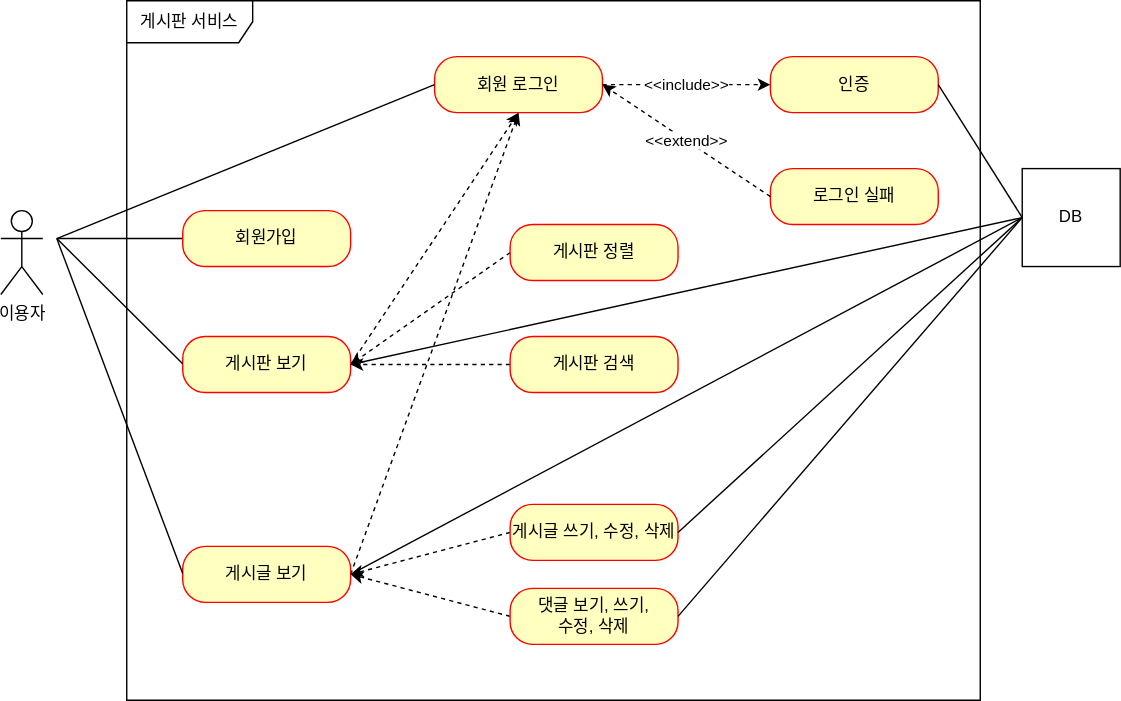
Above: documents/use-case.svg in emsthf/board (draw.io), before the change. Source tidied: cells renumbered, new cells last; positions are measured from the earlier drawing's top-left corner, leaving out a move shared by most shapes.
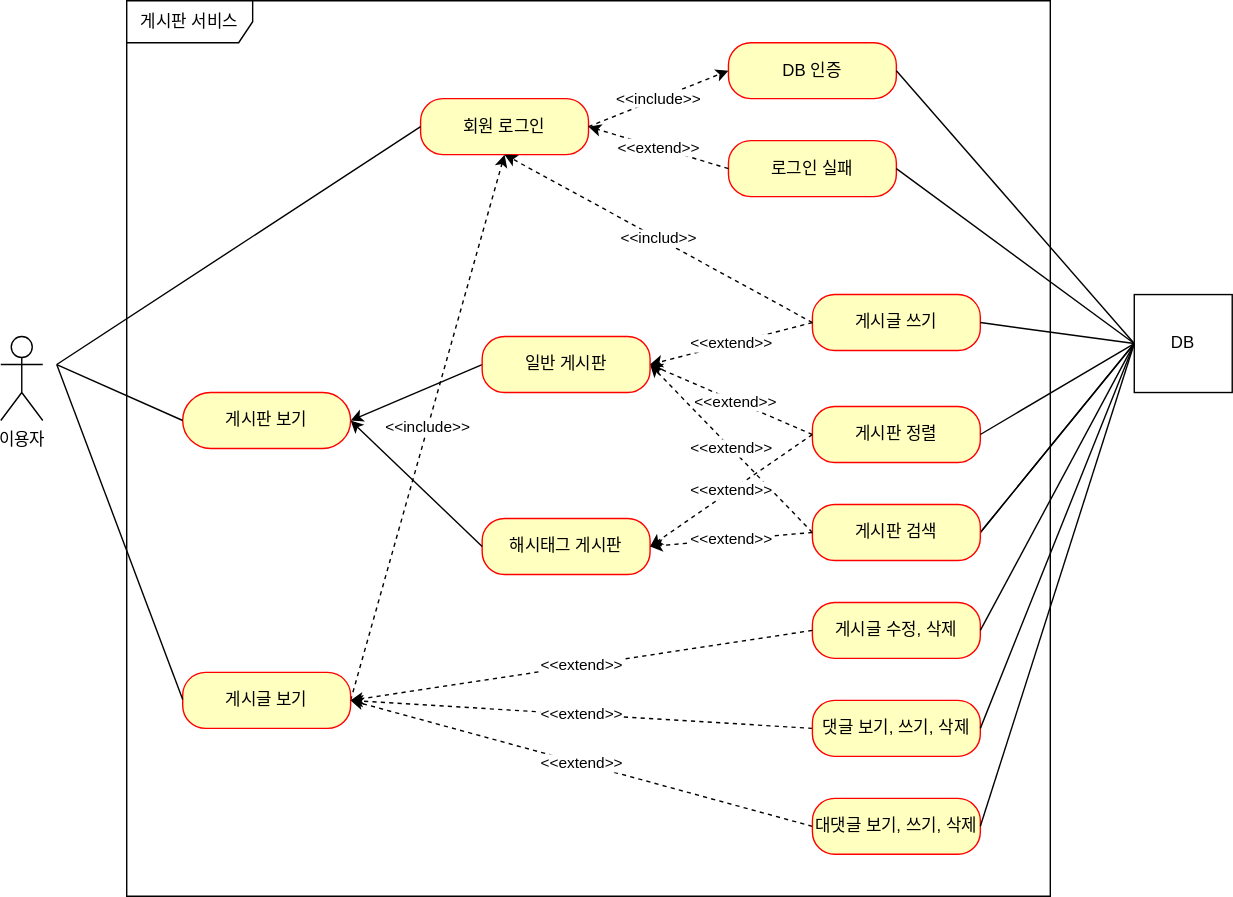
After the commit.

Commit message:
#49 - v1.0에 맞게 usecase 업데이트

Change to the diagram source:
```diff
@@ -6,69 +6,51 @@
       <mxGeometry y="150" width="30" height="60" as="geometry" />
     </mxCell>
     <mxCell id="3" value="게시판 서비스" style="shape=umlFrame;whiteSpace=wrap;html=1;width=90;height=30;" parent="1" vertex="1">
-      <mxGeometry x="90" width="610" height="500" as="geometry" />
+      <mxGeometry x="90" y="-90" width="660" height="640" as="geometry" />
     </mxCell>
-    <mxCell id="4" style="rounded=0;jettySize=auto;html=1;exitX=0;exitY=0.5;exitDx=0;exitDy=0;endArrow=none;endFill=0;" parent="1" edge="1" source="5">
-      <mxGeometry relative="1" as="geometry">
-        <mxPoint x="40" y="170" as="targetPoint" />
-      </mxGeometry>
-    </mxCell>
-    <mxCell id="5" value="회원가입" style="rounded=1;whiteSpace=wrap;html=1;arcSize=40;fontColor=#000000;fillColor=#ffffc0;strokeColor=#ff0000;" parent="1" vertex="1">
-      <mxGeometry x="130" y="150" width="120" height="40" as="geometry" />
-    </mxCell>
-    <mxCell id="6" style="rounded=0;jettySize=auto;html=1;exitX=1;exitY=0.5;exitDx=0;exitDy=0;dashed=1;entryX=0.5;entryY=1;entryDx=0;entryDy=0;" parent="1" edge="1" source="7" target="10">
-      <mxGeometry relative="1" as="geometry" />
-    </mxCell>
-    <mxCell id="7" value="게시판 보기" style="rounded=1;whiteSpace=wrap;html=1;arcSize=40;fontColor=#000000;fillColor=#ffffc0;strokeColor=#ff0000;" parent="1" vertex="1">
-      <mxGeometry x="130" y="240" width="120" height="40" as="geometry" />
+    <mxCell id="7" value="게시판 보기" style="rounded=1;whiteSpace=wrap;html=1;arcSize=50;fontColor=#000000;fillColor=#ffffc0;strokeColor=#ff0000;" parent="1" vertex="1">
+      <mxGeometry x="130" y="190" width="120" height="40" as="geometry" />
     </mxCell>
-    <mxCell id="8" style="rounded=0;jettySize=auto;html=1;exitX=1;exitY=0.5;exitDx=0;exitDy=0;entryX=0.5;entryY=1;entryDx=0;entryDy=0;dashed=1;" parent="1" edge="1" source="9" target="10">
+    <mxCell id="8" value="&amp;lt;&amp;lt;include&amp;gt;&amp;gt;" style="rounded=0;jettySize=auto;html=1;exitX=1;exitY=0.5;exitDx=0;exitDy=0;entryX=0.5;entryY=1;entryDx=0;entryDy=0;dashed=1;" parent="1" edge="1" source="9" target="10">
       <mxGeometry relative="1" as="geometry" />
     </mxCell>
     <mxCell id="9" value="게시글 보기" style="rounded=1;whiteSpace=wrap;html=1;arcSize=41;fontColor=#000000;fillColor=#ffffc0;strokeColor=#ff0000;" parent="1" vertex="1">
       <mxGeometry x="130" y="390" width="120" height="40" as="geometry" />
     </mxCell>
     <mxCell id="10" value="회원 로그인" style="rounded=1;whiteSpace=wrap;html=1;arcSize=40;fontColor=#000000;fillColor=#ffffc0;strokeColor=#ff0000;" parent="1" vertex="1">
-      <mxGeometry x="310" y="40" width="120" height="40" as="geometry" />
+      <mxGeometry x="300" y="-20" width="120" height="40" as="geometry" />
     </mxCell>
-    <mxCell id="11" value="인증" style="rounded=1;whiteSpace=wrap;html=1;arcSize=40;fontColor=#000000;fillColor=#ffffc0;strokeColor=#ff0000;" parent="1" vertex="1">
-      <mxGeometry x="550" y="40" width="120" height="40" as="geometry" />
+    <mxCell id="11" value="DB 인증" style="rounded=1;whiteSpace=wrap;html=1;arcSize=40;fontColor=#000000;fillColor=#ffffc0;strokeColor=#ff0000;" parent="1" vertex="1">
+      <mxGeometry x="520" y="-60" width="120" height="40" as="geometry" />
     </mxCell>
     <mxCell id="12" value="로그인 실패" style="rounded=1;whiteSpace=wrap;html=1;arcSize=40;fontColor=#000000;fillColor=#ffffc0;strokeColor=#ff0000;" parent="1" vertex="1">
-      <mxGeometry x="550" y="120" width="120" height="40" as="geometry" />
+      <mxGeometry x="520" y="10" width="120" height="40" as="geometry" />
     </mxCell>
-    <mxCell id="13" style="rounded=0;jettySize=auto;html=1;exitX=0;exitY=0.5;exitDx=0;exitDy=0;entryX=1;entryY=0.5;entryDx=0;entryDy=0;dashed=1;" parent="1" edge="1" source="14" target="7">
+    <mxCell id="13" style="rounded=0;jettySize=auto;html=1;exitX=0;exitY=0.5;exitDx=0;exitDy=0;entryX=1;entryY=0.5;entryDx=0;entryDy=0;dashed=1;" parent="1" edge="1" source="14" target="34">
       <mxGeometry relative="1" as="geometry" />
     </mxCell>
+    <mxCell id="32" value="&amp;lt;&amp;lt;extend&amp;gt;&amp;gt;" style="edgeLabel;html=1;align=center;verticalAlign=middle;" parent="13" vertex="1">
+      <mxGeometry x="-0.06" relative="1" as="geometry" />
+    </mxCell>
     <mxCell id="14" value="게시판 정렬" style="rounded=1;whiteSpace=wrap;html=1;arcSize=40;fontColor=#000000;fillColor=#ffffc0;strokeColor=#ff0000;" parent="1" vertex="1">
-      <mxGeometry x="364" y="160" width="120" height="40" as="geometry" />
+      <mxGeometry x="580" y="200" width="120" height="40" as="geometry" />
     </mxCell>
-    <mxCell id="15" style="rounded=0;jettySize=auto;html=1;exitX=0;exitY=0.5;exitDx=0;exitDy=0;dashed=1;entryX=1;entryY=0.5;entryDx=0;entryDy=0;" parent="1" edge="1" source="16" target="7">
+    <mxCell id="15" style="rounded=0;jettySize=auto;html=1;exitX=0;exitY=0.5;exitDx=0;exitDy=0;entryX=1;entryY=0.5;entryDx=0;entryDy=0;" parent="1" edge="1" source="34" target="7">
       <mxGeometry relative="1" as="geometry" />
     </mxCell>
-    <mxCell id="16" value="게시판 검색" style="rounded=1;whiteSpace=wrap;html=1;arcSize=40;fontColor=#000000;fillColor=#ffffc0;strokeColor=#ff0000;" parent="1" vertex="1">
-      <mxGeometry x="364" y="240" width="120" height="40" as="geometry" />
-    </mxCell>
-    <mxCell id="17" style="rounded=0;jettySize=auto;html=1;exitX=0;exitY=0.5;exitDx=0;exitDy=0;dashed=1;entryX=1;entryY=0.5;entryDx=0;entryDy=0;" parent="1" edge="1" source="18" target="9">
+    <mxCell id="17" value="&amp;lt;&amp;lt;extend&amp;gt;&amp;gt;" style="rounded=0;jettySize=auto;html=1;exitX=0;exitY=0.5;exitDx=0;exitDy=0;dashed=1;entryX=1;entryY=0.5;entryDx=0;entryDy=0;" parent="1" edge="1" source="40" target="9">
       <mxGeometry relative="1" as="geometry" />
     </mxCell>
-    <mxCell id="18" value="게시글 쓰기, 수정, 삭제" style="rounded=1;whiteSpace=wrap;html=1;arcSize=40;fontColor=#000000;fillColor=#ffffc0;strokeColor=#ff0000;" parent="1" vertex="1">
-      <mxGeometry x="364" y="360" width="120" height="40" as="geometry" />
-    </mxCell>
-    <mxCell id="19" style="rounded=0;jettySize=auto;html=1;exitX=0;exitY=0.5;exitDx=0;exitDy=0;entryX=1;entryY=0.5;entryDx=0;entryDy=0;dashed=1;" parent="1" edge="1" source="20" target="9">
+    <mxCell id="19" value="&amp;lt;&amp;lt;extend&amp;gt;&amp;gt;" style="rounded=0;jettySize=auto;html=1;exitX=0;exitY=0.5;exitDx=0;exitDy=0;entryX=1;entryY=0.5;entryDx=0;entryDy=0;dashed=1;" parent="1" edge="1" source="41" target="9">
       <mxGeometry relative="1" as="geometry" />
     </mxCell>
-    <mxCell id="20" value="댓글 보기, 쓰기, &lt;br&gt;수정, 삭제" style="rounded=1;whiteSpace=wrap;html=1;arcSize=40;fontColor=#000000;fillColor=#ffffc0;strokeColor=#ff0000;" parent="1" vertex="1">
-      <mxGeometry x="364" y="420" width="120" height="40" as="geometry" />
-    </mxCell>
     <mxCell id="21" style="rounded=0;jettySize=auto;html=1;endArrow=none;endFill=0;exitX=0;exitY=0.5;exitDx=0;exitDy=0;" parent="1" edge="1" source="10">
       <mxGeometry relative="1" as="geometry">
         <mxPoint x="40" y="170" as="targetPoint" />
       </mxGeometry>
     </mxCell>
-    <mxCell id="22" style="rounded=0;orthogonalLoop=1;jettySize=auto;html=1;exitX=0;exitY=0.5;exitDx=0;exitDy=0;endArrow=none;endFill=0;" parent="1" edge="1">
+    <mxCell id="22" style="rounded=0;jettySize=auto;html=1;exitX=0;exitY=0.5;exitDx=0;exitDy=0;endArrow=none;endFill=0;" parent="1" edge="1" source="7">
       <mxGeometry relative="1" as="geometry">
-        <mxPoint x="130" y="259.4" as="sourcePoint" />
         <mxPoint x="40" y="170" as="targetPoint" />
       </mxGeometry>
     </mxCell>
@@ -78,33 +60,83 @@
         <mxPoint x="40" y="170" as="targetPoint" />
       </mxGeometry>
     </mxCell>
-    <mxCell id="24" value="&amp;lt;&amp;lt;include&amp;gt;&amp;gt;" style="rounded=0;jettySize=auto;html=1;endArrow=classic;endFill=1;dashed=1;entryX=0;entryY=0.5;entryDx=0;entryDy=0;" parent="1" edge="1" target="11">
-      <mxGeometry relative="1" as="geometry">
-        <mxPoint x="430" y="60" as="sourcePoint" />
-      </mxGeometry>
+    <mxCell id="24" value="&amp;lt;&amp;lt;include&amp;gt;&amp;gt;" style="rounded=0;jettySize=auto;html=1;endArrow=classic;endFill=1;dashed=1;entryX=0;entryY=0.5;entryDx=0;entryDy=0;exitX=1;exitY=0.5;exitDx=0;exitDy=0;" parent="1" edge="1" source="10" target="11">
+      <mxGeometry relative="1" as="geometry" />
     </mxCell>
-    <mxCell id="25" value="&amp;lt;&amp;lt;extend&amp;gt;&amp;gt;" style="rounded=0;jettySize=auto;html=1;exitX=0;exitY=0.5;exitDx=0;exitDy=0;endArrow=classic;endFill=1;dashed=1;" parent="1" edge="1" source="12">
-      <mxGeometry relative="1" as="geometry">
-        <mxPoint x="430" y="60" as="targetPoint" />
-      </mxGeometry>
+    <mxCell id="25" value="&amp;lt;&amp;lt;extend&amp;gt;&amp;gt;" style="rounded=0;jettySize=auto;html=1;exitX=0;exitY=0.5;exitDx=0;exitDy=0;endArrow=classic;endFill=1;dashed=1;entryX=1;entryY=0.5;entryDx=0;entryDy=0;" parent="1" edge="1" source="12" target="10">
+      <mxGeometry relative="1" as="geometry" />
     </mxCell>
     <mxCell id="26" style="rounded=0;jettySize=auto;html=1;exitX=0;exitY=0.5;exitDx=0;exitDy=0;entryX=1;entryY=0.5;entryDx=0;entryDy=0;endArrow=none;endFill=0;" parent="1" edge="1" source="31" target="11">
       <mxGeometry relative="1" as="geometry" />
     </mxCell>
-    <mxCell id="27" style="rounded=0;jettySize=auto;html=1;exitX=0;exitY=0.5;exitDx=0;exitDy=0;entryX=1;entryY=0.5;entryDx=0;entryDy=0;endArrow=none;endFill=0;" parent="1" edge="1" source="31" target="7">
-      <mxGeometry relative="1" as="geometry" />
-    </mxCell>
-    <mxCell id="28" style="rounded=0;jettySize=auto;html=1;exitX=0;exitY=0.5;exitDx=0;exitDy=0;entryX=1;entryY=0.5;entryDx=0;entryDy=0;endArrow=none;endFill=0;" parent="1" edge="1" source="31" target="9">
-      <mxGeometry relative="1" as="geometry" />
-    </mxCell>
-    <mxCell id="29" style="rounded=0;jettySize=auto;html=1;exitX=0;exitY=0.5;exitDx=0;exitDy=0;entryX=1;entryY=0.5;entryDx=0;entryDy=0;endArrow=none;endFill=0;" parent="1" edge="1" source="31" target="18">
+    <mxCell id="29" style="rounded=0;jettySize=auto;html=1;exitX=0;exitY=0.5;exitDx=0;exitDy=0;entryX=1;entryY=0.5;entryDx=0;entryDy=0;endArrow=none;endFill=0;" parent="1" edge="1" source="31" target="14">
       <mxGeometry relative="1" as="geometry" />
     </mxCell>
-    <mxCell id="30" style="rounded=0;jettySize=auto;html=1;exitX=0;exitY=0.5;exitDx=0;exitDy=0;entryX=1;entryY=0.5;entryDx=0;entryDy=0;endArrow=none;endFill=0;" parent="1" edge="1" source="31" target="20">
-      <mxGeometry relative="1" as="geometry" />
-    </mxCell>
     <mxCell id="31" value="DB" style="html=1;whiteSpace=wrap;" parent="1" vertex="1">
-      <mxGeometry x="730" y="120" width="70" height="70" as="geometry" />
+      <mxGeometry x="810" y="120" width="70" height="70" as="geometry" />
     </mxCell>
+    <mxCell id="33" value="&amp;lt;&amp;lt;extend&amp;gt;&amp;gt;" style="rounded=0;jettySize=auto;html=1;exitX=0;exitY=0.5;exitDx=0;exitDy=0;dashed=1;entryX=1;entryY=0.5;entryDx=0;entryDy=0;" parent="1" edge="1" source="16" target="34">
+      <mxGeometry relative="1" as="geometry" />
+    </mxCell>
+    <mxCell id="34" value="일반 게시판" style="rounded=1;whiteSpace=wrap;html=1;arcSize=40;fontColor=#000000;fillColor=#ffffc0;strokeColor=#ff0000;" parent="1" vertex="1">
+      <mxGeometry x="344" y="150" width="120" height="40" as="geometry" />
+    </mxCell>
+    <mxCell id="35" value="해시태그 게시판" style="rounded=1;whiteSpace=wrap;html=1;arcSize=40;fontColor=#000000;fillColor=#ffffc0;strokeColor=#ff0000;" parent="1" vertex="1">
+      <mxGeometry x="344" y="280" width="120" height="40" as="geometry" />
+    </mxCell>
+    <mxCell id="36" value="게시글 쓰기" style="rounded=1;whiteSpace=wrap;html=1;arcSize=40;fontColor=#000000;fillColor=#ffffc0;strokeColor=#ff0000;" parent="1" vertex="1">
+      <mxGeometry x="580" y="120" width="120" height="40" as="geometry" />
+    </mxCell>
+    <mxCell id="37" style="rounded=0;jettySize=auto;html=1;exitX=0;exitY=0.5;exitDx=0;exitDy=0;entryX=1;entryY=0.5;entryDx=0;entryDy=0;endArrow=none;endFill=0;" parent="1" edge="1" source="31" target="16">
+      <mxGeometry relative="1" as="geometry" />
+    </mxCell>
+    <mxCell id="38" style="rounded=0;jettySize=auto;html=1;exitX=0;exitY=0.5;exitDx=0;exitDy=0;entryX=1;entryY=0.5;entryDx=0;entryDy=0;endArrow=none;endFill=0;" parent="1" edge="1" source="31" target="16">
+      <mxGeometry relative="1" as="geometry" />
+    </mxCell>
+    <mxCell id="16" value="게시판 검색" style="rounded=1;whiteSpace=wrap;html=1;arcSize=40;fontColor=#000000;fillColor=#ffffc0;strokeColor=#ff0000;" parent="1" vertex="1">
+      <mxGeometry x="580" y="270" width="120" height="40" as="geometry" />
+    </mxCell>
+    <mxCell id="39" value="게시글 수정, 삭제" style="rounded=1;whiteSpace=wrap;html=1;arcSize=40;fontColor=#000000;fillColor=#ffffc0;strokeColor=#ff0000;" parent="1" vertex="1">
+      <mxGeometry x="580" y="340" width="120" height="40" as="geometry" />
+    </mxCell>
+    <mxCell id="40" value="댓글 보기, 쓰기, 삭제" style="rounded=1;whiteSpace=wrap;html=1;arcSize=40;fontColor=#000000;fillColor=#ffffc0;strokeColor=#ff0000;" parent="1" vertex="1">
+      <mxGeometry x="580" y="410" width="120" height="40" as="geometry" />
+    </mxCell>
+    <mxCell id="41" value="대댓글 보기, 쓰기, 삭제" style="rounded=1;whiteSpace=wrap;html=1;arcSize=40;fontColor=#000000;fillColor=#ffffc0;strokeColor=#ff0000;" parent="1" vertex="1">
+      <mxGeometry x="580" y="480" width="120" height="40" as="geometry" />
+    </mxCell>
+    <mxCell id="42" value="&amp;lt;&amp;lt;extend&amp;gt;&amp;gt;" style="rounded=0;jettySize=auto;html=1;exitX=0;exitY=0.5;exitDx=0;exitDy=0;dashed=1;entryX=1;entryY=0.5;entryDx=0;entryDy=0;" parent="1" edge="1" source="36" target="34">
+      <mxGeometry relative="1" as="geometry" />
+    </mxCell>
+    <mxCell id="43" value="&amp;lt;&amp;lt;extend&amp;gt;&amp;gt;" style="rounded=0;jettySize=auto;html=1;exitX=0;exitY=0.5;exitDx=0;exitDy=0;dashed=1;entryX=1;entryY=0.5;entryDx=0;entryDy=0;" parent="1" edge="1" source="39" target="9">
+      <mxGeometry relative="1" as="geometry" />
+    </mxCell>
+    <mxCell id="44" style="rounded=0;jettySize=auto;html=1;exitX=0;exitY=0.5;exitDx=0;exitDy=0;entryX=1;entryY=0.5;entryDx=0;entryDy=0;endArrow=none;endFill=0;" parent="1" edge="1" source="31" target="36">
+      <mxGeometry relative="1" as="geometry" />
+    </mxCell>
+    <mxCell id="45" style="rounded=0;jettySize=auto;html=1;exitX=0;exitY=0.5;exitDx=0;exitDy=0;entryX=1;entryY=0.5;entryDx=0;entryDy=0;endArrow=none;endFill=0;" parent="1" edge="1" source="31" target="39">
+      <mxGeometry relative="1" as="geometry" />
+    </mxCell>
+    <mxCell id="46" style="rounded=0;jettySize=auto;html=1;exitX=0;exitY=0.5;exitDx=0;exitDy=0;entryX=1;entryY=0.5;entryDx=0;entryDy=0;endArrow=none;endFill=0;" parent="1" edge="1" source="31" target="41">
+      <mxGeometry relative="1" as="geometry" />
+    </mxCell>
+    <mxCell id="47" style="rounded=0;jettySize=auto;html=1;exitX=0;exitY=0.5;exitDx=0;exitDy=0;entryX=1;entryY=0.5;entryDx=0;entryDy=0;endArrow=none;endFill=0;" parent="1" edge="1" source="31" target="40">
+      <mxGeometry relative="1" as="geometry" />
+    </mxCell>
+    <mxCell id="48" style="rounded=0;jettySize=auto;html=1;exitX=0;exitY=0.5;exitDx=0;exitDy=0;entryX=1;entryY=0.5;entryDx=0;entryDy=0;endArrow=none;endFill=0;" parent="1" edge="1" source="31" target="12">
+      <mxGeometry relative="1" as="geometry" />
+    </mxCell>
+    <mxCell id="49" style="rounded=0;jettySize=auto;html=1;exitX=0;exitY=0.5;exitDx=0;exitDy=0;entryX=1;entryY=0.5;entryDx=0;entryDy=0;" parent="1" edge="1" source="35" target="7">
+      <mxGeometry relative="1" as="geometry" />
+    </mxCell>
+    <mxCell id="50" value="&amp;lt;&amp;lt;extend&amp;gt;&amp;gt;" style="rounded=0;jettySize=auto;html=1;exitX=0;exitY=0.5;exitDx=0;exitDy=0;dashed=1;entryX=1;entryY=0.5;entryDx=0;entryDy=0;" parent="1" edge="1" source="16" target="35">
+      <mxGeometry relative="1" as="geometry" />
+    </mxCell>
+    <mxCell id="51" value="&amp;lt;&amp;lt;extend&amp;gt;&amp;gt;" style="rounded=0;jettySize=auto;html=1;exitX=0;exitY=0.5;exitDx=0;exitDy=0;dashed=1;entryX=1;entryY=0.5;entryDx=0;entryDy=0;" parent="1" edge="1" source="14" target="35">
+      <mxGeometry relative="1" as="geometry" />
+    </mxCell>
+    <mxCell id="52" value="&amp;lt;&amp;lt;includ&amp;gt;&amp;gt;" style="rounded=0;jettySize=auto;html=1;exitX=0;exitY=0.5;exitDx=0;exitDy=0;dashed=1;entryX=0.5;entryY=1;entryDx=0;entryDy=0;" parent="1" edge="1" source="36" target="10">
+      <mxGeometry relative="1" as="geometry" />
+    </mxCell>
   </root>
 </mxGraphModel>
```
